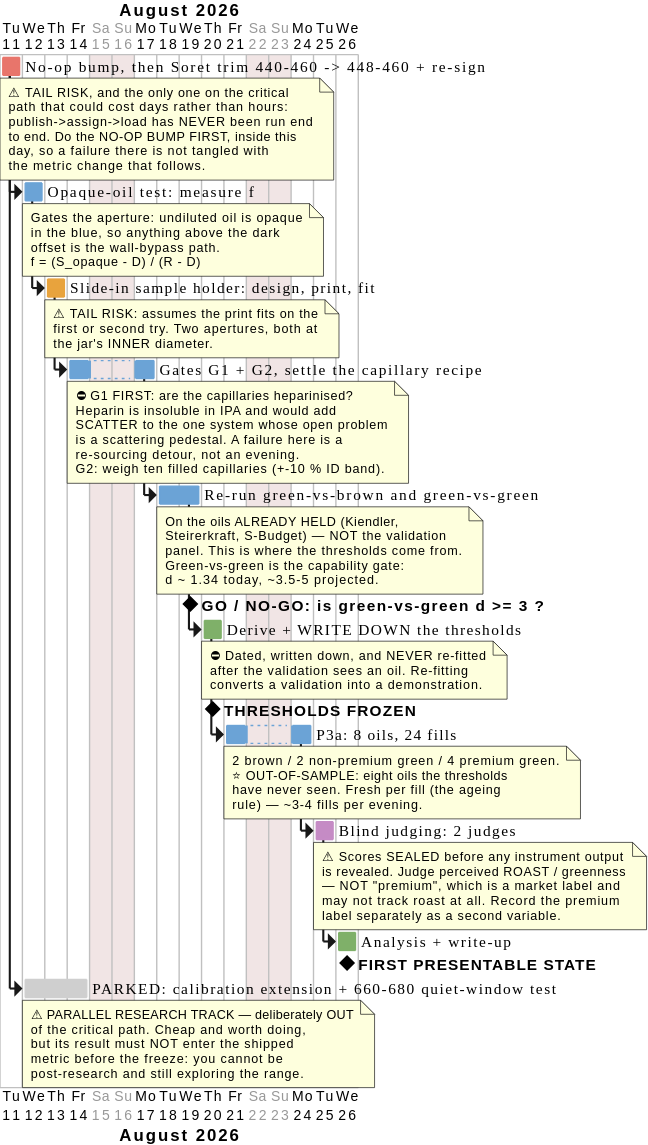
Before: first_presentable_state.svg, a diagram exported from PlantUML (nidwe72/spectracs-docs). Its diagram source:
```plantuml
@startgantt first_presentable_state

printscale daily
saturday are closed
sunday are closed

Project starts the 11th of August 2026

<style>
ganttDiagram {
  task {
    FontName Verdana
    FontSize 11
  }
  milestone {
    FontSize 11
    FontStyle bold
  }
}
</style>

[No-op bump, then Soret trim 440-460 -> 448-460 + re-sign] as [TRIM] lasts 1 day
[TRIM] is colored in #E8756B
note bottom
  ⚠ TAIL RISK, and the only one on the critical
  path that could cost days rather than hours:
  publish->assign->load has NEVER been run end
  to end. Do the NO-OP BUMP FIRST, inside this
  day, so a failure there is not tangled with
  the metric change that follows.
end note

[Opaque-oil test: measure f] as [FTEST] lasts 1 day
[FTEST] starts at [TRIM]'s end
[FTEST] is colored in #6BA3D6
note bottom
  Gates the aperture: undiluted oil is opaque
  in the blue, so anything above the dark
  offset is the wall-bypass path.
  f = (S_opaque - D) / (R - D)
end note

[Slide-in sample holder: design, print, fit] as [APERTURE] lasts 1 day
[APERTURE] starts at [FTEST]'s end
[APERTURE] is colored in #E8A33D
note bottom
  ⚠ TAIL RISK: assumes the print fits on the
  first or second try. Two apertures, both at
  the jar's INNER diameter.
end note

[Gates G1 + G2, settle the capillary recipe] as [GATES] lasts 2 days
[GATES] starts at [APERTURE]'s end
[GATES] is colored in #6BA3D6
note bottom
  ⛔ G1 FIRST: are the capillaries heparinised?
  Heparin is insoluble in IPA and would add
  SCATTER to the one system whose open problem
  is a scattering pedestal. A failure here is a
  re-sourcing detour, not an evening.
  G2: weigh ten filled capillaries (+-10 % ID band).
end note

[Re-run green-vs-brown and green-vs-green] as [RERUN] lasts 2 days
[RERUN] starts at [GATES]'s end
[RERUN] is colored in #6BA3D6
note bottom
  On the oils ALREADY HELD (Kiendler,
  Steirerkraft, S-Budget) — NOT the validation
  panel. This is where the thresholds come from.
  Green-vs-green is the capability gate:
  d ~ 1.34 today, ~3.5-5 projected.
end note

[GO / NO-GO: is green-vs-green d >= 3 ?] as [GONOGO] happens at [RERUN]'s end

[Derive + WRITE DOWN the thresholds] as [FREEZE] lasts 1 day
[FREEZE] starts at [RERUN]'s end
[FREEZE] is colored in #7FB069
note bottom
  ⛔ Dated, written down, and NEVER re-fitted
  after the validation sees an oil. Re-fitting
  converts a validation into a demonstration.
end note

[THRESHOLDS FROZEN] as [FROZEN] happens at [FREEZE]'s end

[P3a: 8 oils, 24 fills] as [P3AMEAS] lasts 2 days
[P3AMEAS] starts at [FREEZE]'s end
[P3AMEAS] is colored in #6BA3D6
note bottom
  2 brown / 2 non-premium green / 4 premium green.
  ⭐ OUT-OF-SAMPLE: eight oils the thresholds
  have never seen. Fresh per fill (the ageing
  rule) — ~3-4 fills per evening.
end note

[Blind judging: 2 judges] as [JUDGE] lasts 1 day
[JUDGE] starts at [P3AMEAS]'s end
[JUDGE] is colored in #C58BC5
note bottom
  ⚠ Scores SEALED before any instrument output
  is revealed. Judge perceived ROAST / greenness
  — NOT "premium", which is a market label and
  may not track roast at all. Record the premium
  label separately as a second variable.
end note

[Analysis + write-up] as [WRITEUP] lasts 1 day
[WRITEUP] starts at [JUDGE]'s end
[WRITEUP] is colored in #7FB069

[FIRST PRESENTABLE STATE] as [PRESENT] happens at [WRITEUP]'s end

[PARKED: calibration extension + 660-680 quiet-window test] as [PARKED] lasts 3 days
[PARKED] starts at [TRIM]'s end
[PARKED] is colored in #CFCFCF
note bottom
  ⚠ PARALLEL RESEARCH TRACK — deliberately OUT
  of the critical path. Cheap and worth doing,
  but its result must NOT enter the shipped
  metric before the freeze: you cannot be
  post-research and still exploring the range.
end note

@endgantt
```
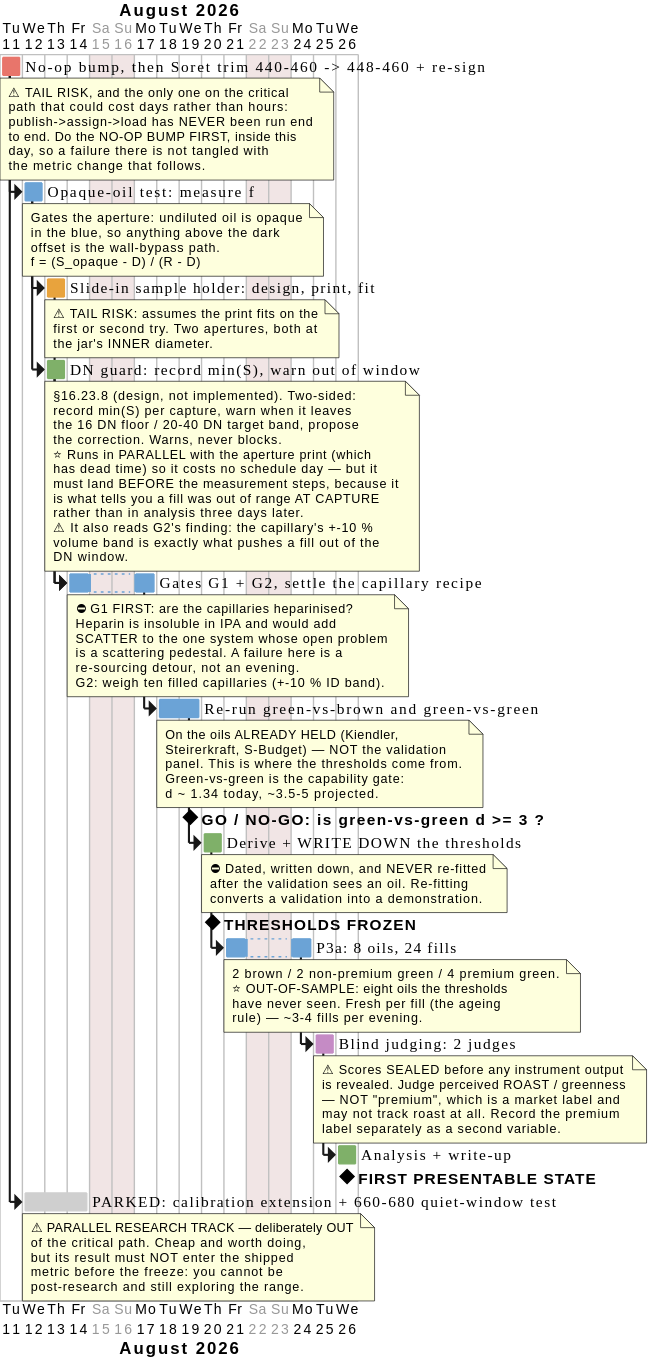
The same diagram one commit later.

Commit message:
Gantt: add the DN guard, parallel to the aperture print

Missing from the first cut. Drawn in parallel with the print so it consumes
no schedule day, with the dependency into the gates made explicit - it has
to be live before any capillary run.

The edit, as a diff of the source:
```diff
@@ -49,8 +49,27 @@
   the jar's INNER diameter.
 end note
 
+[DN guard: record min(S), warn out of window] as [DNGUARD] lasts 1 day
+[DNGUARD] starts at [FTEST]'s end
+[DNGUARD] is colored in #7FB069
+note bottom
+  §16.23.8 (design, not implemented). Two-sided:
+  record min(S) per capture, warn when it leaves
+  the 16 DN floor / 20-40 DN target band, propose
+  the correction. Warns, never blocks.
+  ⭐ Runs in PARALLEL with the aperture print (which
+  has dead time) so it costs no schedule day — but it
+  must land BEFORE the measurement steps, because it
+  is what tells you a fill was out of range AT CAPTURE
+  rather than in analysis three days later.
+  ⚠ It also reads G2's finding: the capillary's +-10 %
+  volume band is exactly what pushes a fill out of the
+  DN window.
+end note
+
 [Gates G1 + G2, settle the capillary recipe] as [GATES] lasts 2 days
 [GATES] starts at [APERTURE]'s end
+[GATES] starts at [DNGUARD]'s end
 [GATES] is colored in #6BA3D6
 note bottom
   ⛔ G1 FIRST: are the capillaries heparinised?
```
